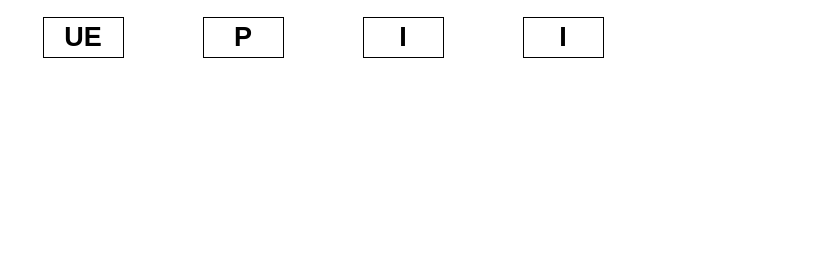
Before: 3gpp.24.229.i40.drawio in JaeHyeon774/NEWTIL, a draw.io diagram. Source tidied: cells renumbered, new cells numbered last; positions are measured from the earlier drawing's top-left corner, leaving out a move shared by most shapes. Both pictures are drawn from the tidied source at 100%, with x=0, y=0 at pixel (43, 17).
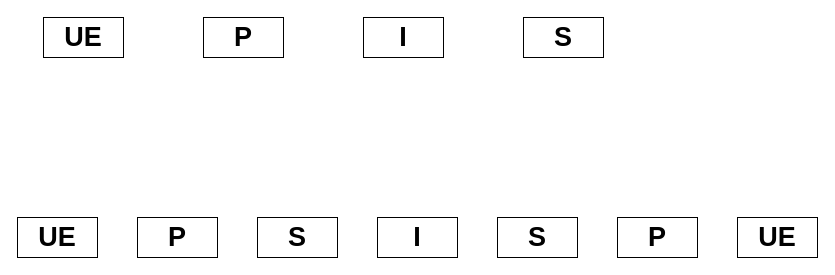
The same diagram, later.

Change to the diagram source:
```diff
@@
 <mxGraphModel>
   <root>
     <mxCell id="0" />
     <mxCell id="1" parent="0" />
     <mxCell id="2" value="&lt;font style=&quot;font-size: 27px;&quot;&gt;&lt;b&gt;UE&lt;/b&gt;&lt;/font&gt;" style="rounded=0;whiteSpace=wrap;html=1;" parent="1" vertex="1">
       <mxGeometry width="80" height="40" as="geometry" />
     </mxCell>
     <mxCell id="3" value="&lt;font style=&quot;font-size: 27px;&quot;&gt;&lt;b&gt;P&lt;/b&gt;&lt;/font&gt;" style="rounded=0;whiteSpace=wrap;html=1;" parent="1" vertex="1">
       <mxGeometry x="160" width="80" height="40" as="geometry" />
     </mxCell>
     <mxCell id="4" value="&lt;font style=&quot;font-size: 27px;&quot;&gt;&lt;b&gt;I&lt;/b&gt;&lt;/font&gt;" style="rounded=0;whiteSpace=wrap;html=1;" parent="1" vertex="1">
       <mxGeometry x="320" width="80" height="40" as="geometry" />
     </mxCell>
-    <mxCell id="5" value="&lt;font style=&quot;font-size: 27px;&quot;&gt;&lt;b&gt;I&lt;/b&gt;&lt;/font&gt;" style="rounded=0;whiteSpace=wrap;html=1;" parent="1" vertex="1">
+    <mxCell id="5" value="&lt;font style=&quot;font-size: 27px;&quot;&gt;&lt;b&gt;S&lt;/b&gt;&lt;/font&gt;" style="rounded=0;whiteSpace=wrap;html=1;" parent="1" vertex="1">
       <mxGeometry x="480" width="80" height="40" as="geometry" />
     </mxCell>
+    <mxCell id="6" value="&lt;font style=&quot;font-size: 27px;&quot;&gt;&lt;b&gt;UE&lt;/b&gt;&lt;/font&gt;" style="rounded=0;whiteSpace=wrap;html=1;" parent="1" vertex="1">
+      <mxGeometry x="-26" y="200" width="80" height="40" as="geometry" />
+    </mxCell>
+    <mxCell id="7" value="&lt;font style=&quot;font-size: 27px;&quot;&gt;&lt;b&gt;P&lt;/b&gt;&lt;/font&gt;" style="rounded=0;whiteSpace=wrap;html=1;" parent="1" vertex="1">
+      <mxGeometry x="94" y="200" width="80" height="40" as="geometry" />
+    </mxCell>
+    <mxCell id="8" value="&lt;font style=&quot;font-size: 27px;&quot;&gt;&lt;b&gt;S&lt;/b&gt;&lt;/font&gt;" style="rounded=0;whiteSpace=wrap;html=1;" parent="1" vertex="1">
+      <mxGeometry x="214" y="200" width="80" height="40" as="geometry" />
+    </mxCell>
+    <mxCell id="9" value="&lt;font style=&quot;font-size: 27px;&quot;&gt;&lt;b&gt;I&lt;/b&gt;&lt;/font&gt;" style="rounded=0;whiteSpace=wrap;html=1;" parent="1" vertex="1">
+      <mxGeometry x="334" y="200" width="80" height="40" as="geometry" />
+    </mxCell>
+    <mxCell id="10" value="&lt;font style=&quot;font-size: 27px;&quot;&gt;&lt;b&gt;S&lt;/b&gt;&lt;/font&gt;" style="rounded=0;whiteSpace=wrap;html=1;" parent="1" vertex="1">
+      <mxGeometry x="454" y="200" width="80" height="40" as="geometry" />
+    </mxCell>
+    <mxCell id="11" value="&lt;font style=&quot;font-size: 27px;&quot;&gt;&lt;b&gt;P&lt;/b&gt;&lt;/font&gt;" style="rounded=0;whiteSpace=wrap;html=1;" parent="1" vertex="1">
+      <mxGeometry x="574" y="200" width="80" height="40" as="geometry" />
+    </mxCell>
+    <mxCell id="12" value="&lt;font style=&quot;font-size: 27px;&quot;&gt;&lt;b&gt;UE&lt;/b&gt;&lt;/font&gt;" style="rounded=0;whiteSpace=wrap;html=1;" parent="1" vertex="1">
+      <mxGeometry x="694" y="200" width="80" height="40" as="geometry" />
+    </mxCell>
   </root>
 </mxGraphModel>
```
